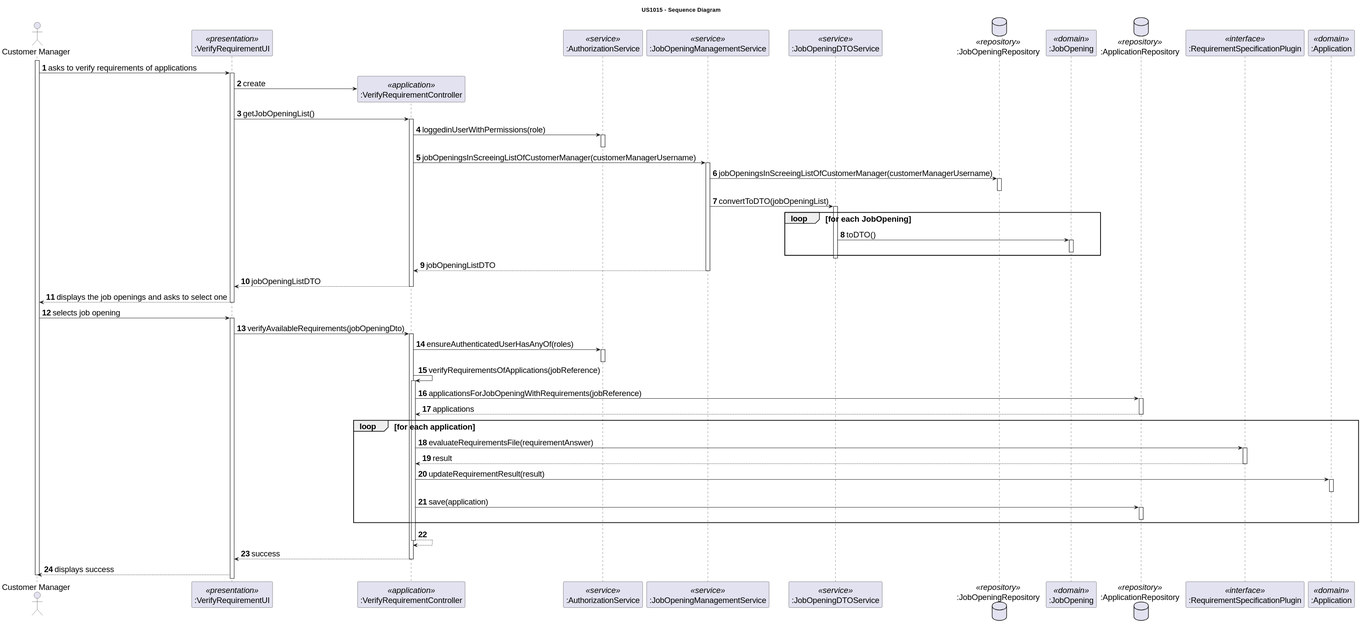
The PlantUML diagram docs/sprint-c/us_1015/design-diagrams/sequence-diagram.svg in rita-barbosa/LAPR4-2324, before a commit.
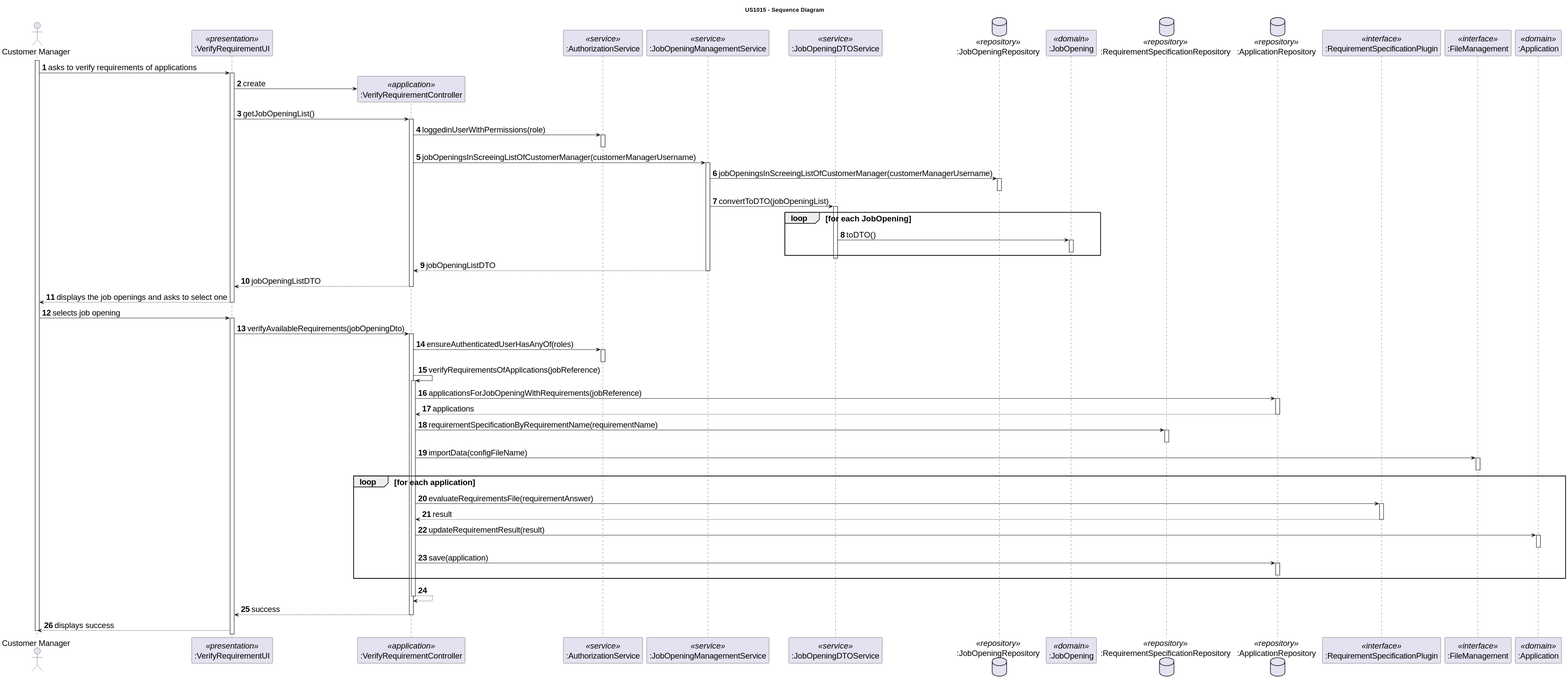
The same file after the commit.

Diff of the diagram source:
```diff
@@ -13,8 +13,10 @@
 participant ":JobOpeningDTOService" as JOS_DTO <<service>>
 database ":JobOpeningRepository" as JO_REPO <<repository>>
 participant ":JobOpening" as JO <<domain>>
+database ":RequirementSpecificationRepository" as RS_REPO <<repository>>
 database ":ApplicationRepository" as A_REPO <<repository>>
 participant ":RequirementSpecificationPlugin" as RSP <<interface>>
+participant ":FileManagement" as FM <<interface>>
 participant ":Application" as A <<domain>>
 
 
@@ -77,7 +79,17 @@
         A_REPO --> CTRL: applications
         deactivate A_REPO
 
+             CTRL -> RS_REPO: requirementSpecificationByRequirementName(requirementName)
+             activate RS_REPO
+             deactivate RS_REPO
+
+             CTRL -> FM: importData(configFileName)
+             activate FM
+             deactivate FM
+
         loop for each application
+
+
              CTRL -> RSP: evaluateRequirementsFile(requirementAnswer)
              activate RSP
 
```
